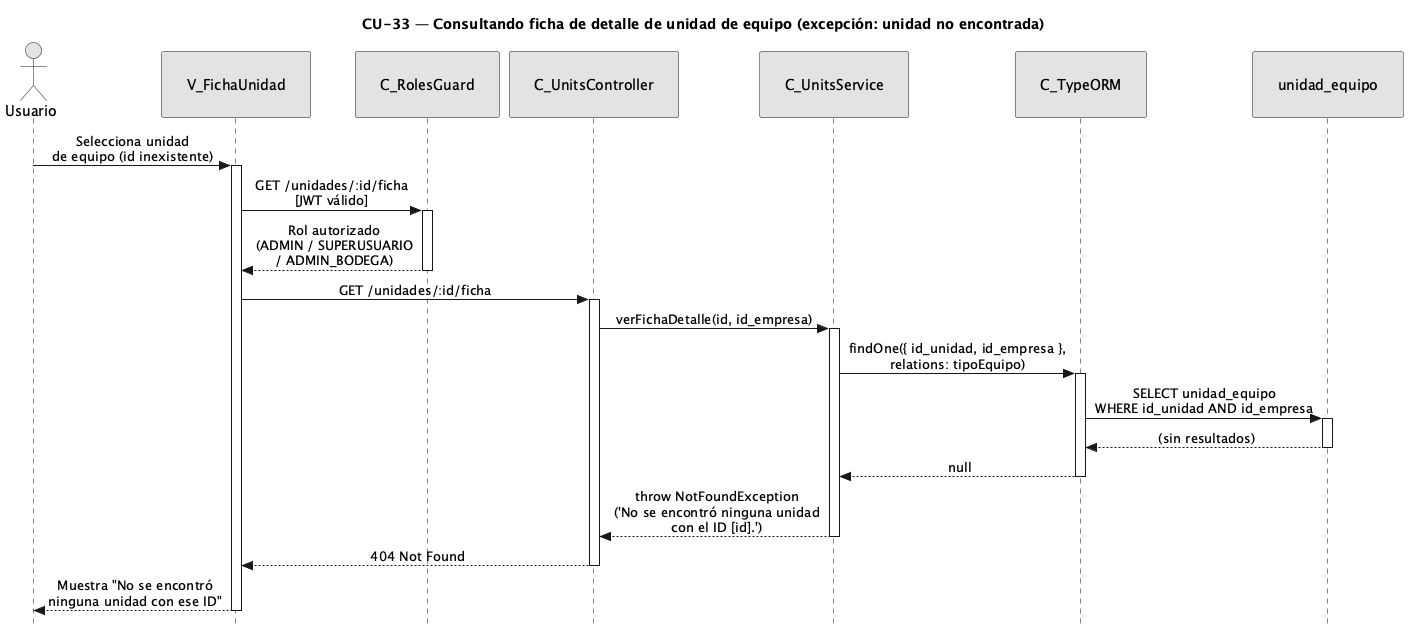
Earlier version of the PlantUML export diagramas/diagramas-secuencia/CU33/CU33-exc-unidad-no-encontrada.png (FSM-Finet-y-Cable-Magico/Team_1-Inventario-y-Bodega).
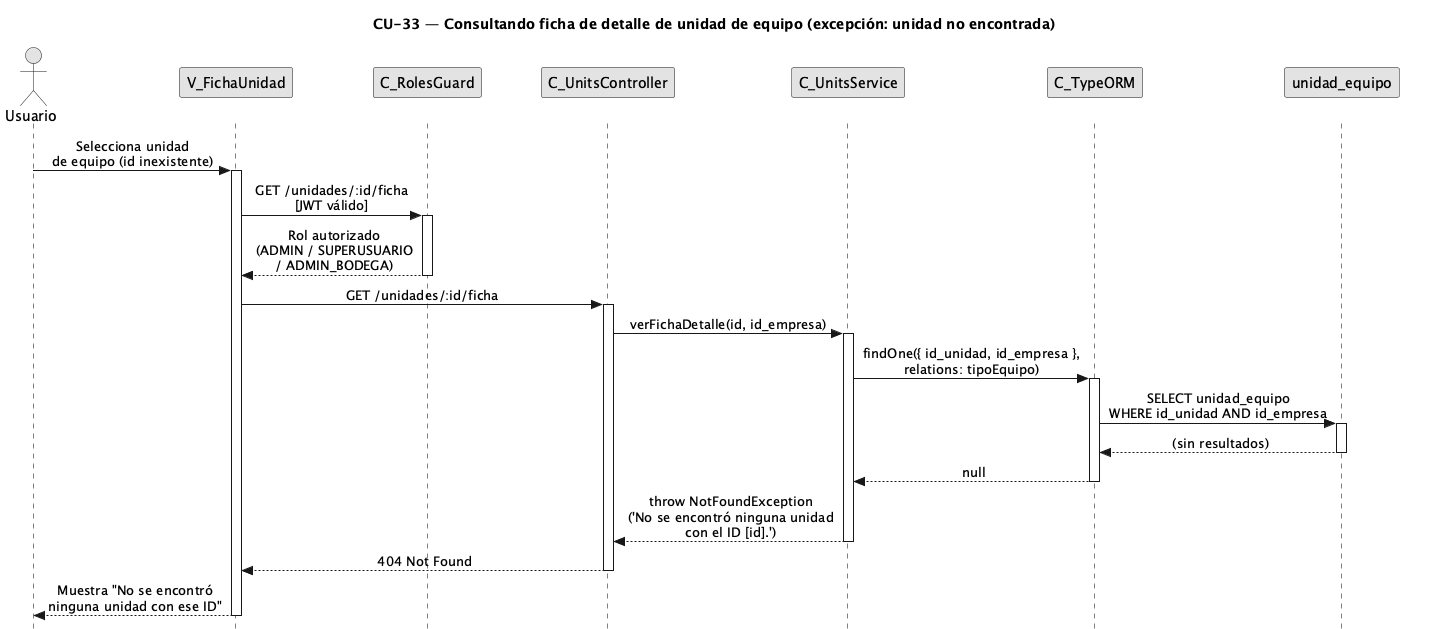
After the change.

Diff of the diagram source:
```diff
@@ -8,10 +8,10 @@
 <style>
 sequenceDiagram {
   participant {
-    padding 25
+    margin 25
   }
   actor {
-    padding 20
+    margin 20
   }
 }
 </style>
```
